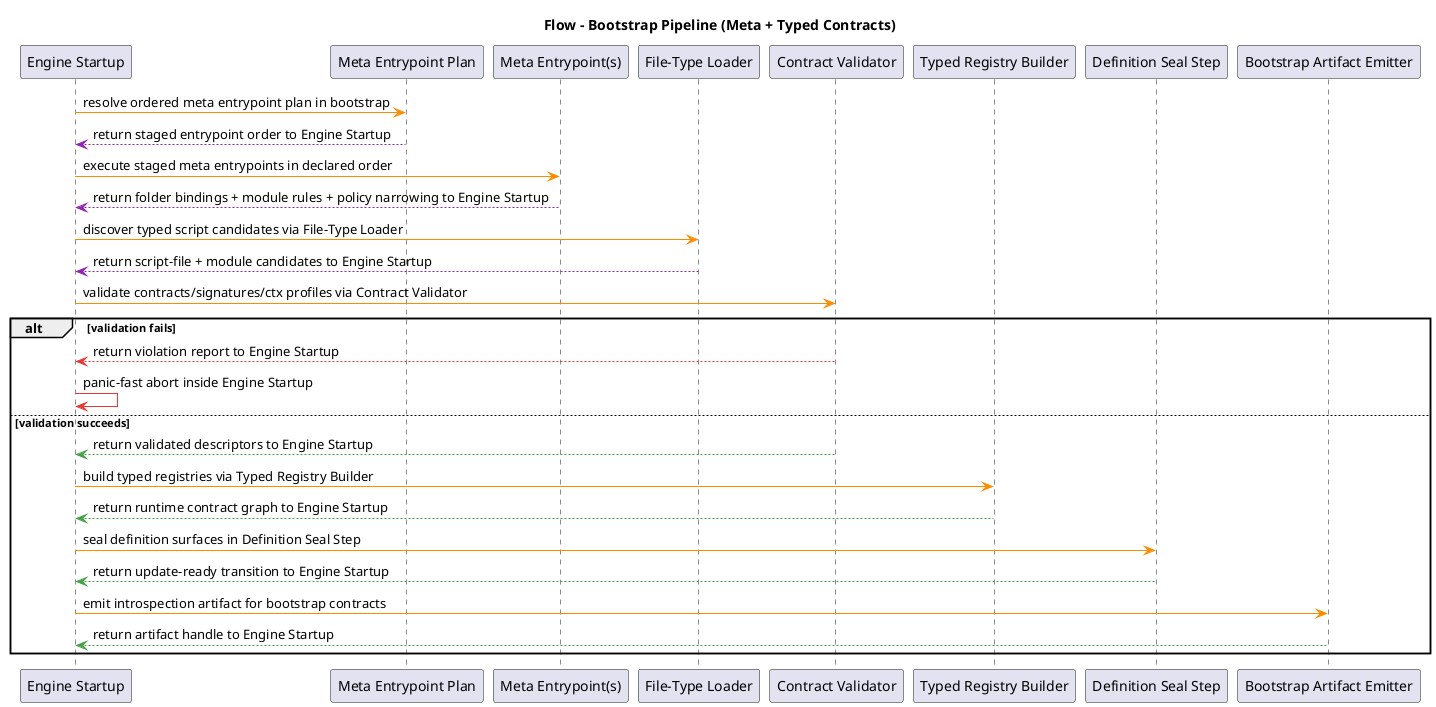
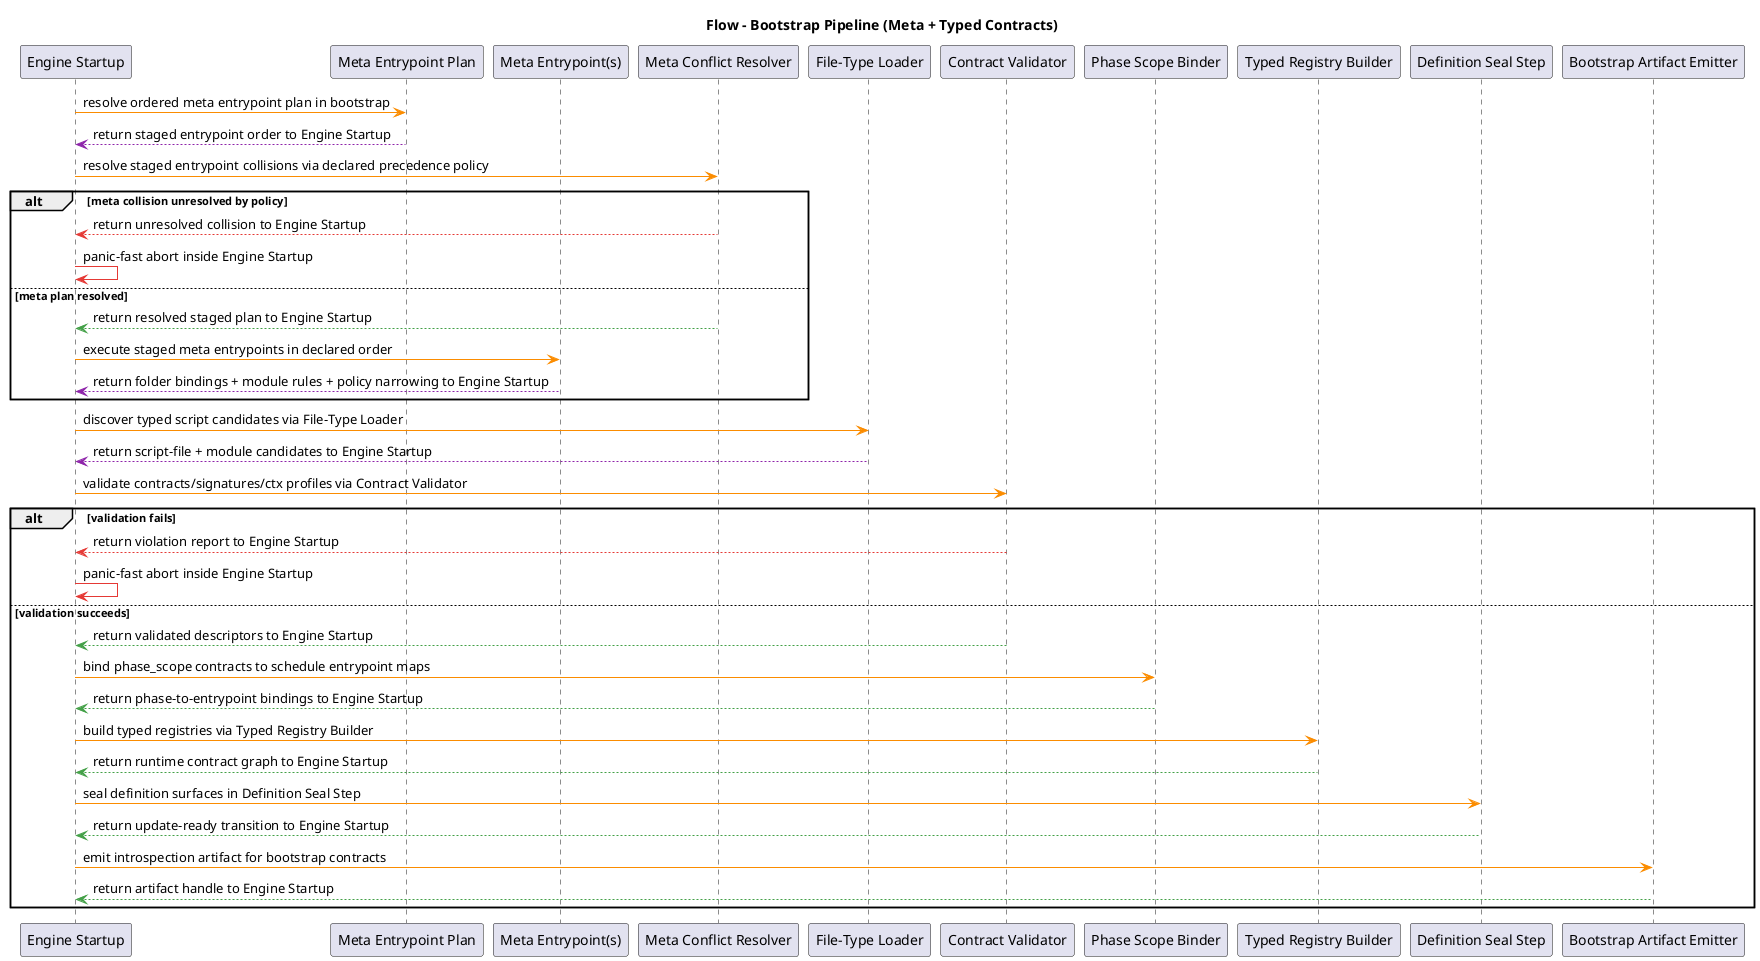
@startuml
title Flow - Bootstrap Pipeline (Meta + Typed Contracts)
participant "Engine Startup" as Engine
participant "Meta Entrypoint Plan" as MetaPlan
participant "Meta Entrypoint(s)" as Meta
+ participant "Meta Conflict Resolver" as MetaConflict
participant "File-Type Loader" as Loader
participant "Contract Validator" as Validator
+ participant "Phase Scope Binder" as PhaseBinder
participant "Typed Registry Builder" as Registry
participant "Definition Seal Step" as Seal
participant "Bootstrap Artifact Emitter" as Artifact

Engine -[#FB8C00]> MetaPlan : resolve ordered meta entrypoint plan in bootstrap
MetaPlan -[#8E24AA]--> Engine : return staged entrypoint order to Engine Startup
- Engine -[#FB8C00]> Meta : execute staged meta entrypoints in declared order
- Meta -[#8E24AA]--> Engine : return folder bindings + module rules + policy narrowing to Engine Startup
+ Engine -[#FB8C00]> MetaConflict : resolve staged entrypoint collisions via declared precedence policy
+ alt meta collision unresolved by policy
+   MetaConflict -[#E53935]--> Engine : return unresolved collision to Engine Startup
+   Engine -[#E53935]> Engine : panic-fast abort inside Engine Startup
+ else meta plan resolved
+   MetaConflict -[#43A047]--> Engine : return resolved staged plan to Engine Startup
+   Engine -[#FB8C00]> Meta : execute staged meta entrypoints in declared order
+   Meta -[#8E24AA]--> Engine : return folder bindings + module rules + policy narrowing to Engine Startup
+ end
Engine -[#FB8C00]> Loader : discover typed script candidates via File-Type Loader
Loader -[#8E24AA]--> Engine : return script-file + module candidates to Engine Startup
Engine -[#FB8C00]> Validator : validate contracts/signatures/ctx profiles via Contract Validator

alt validation fails
  Validator -[#E53935]--> Engine : return violation report to Engine Startup
  Engine -[#E53935]> Engine : panic-fast abort inside Engine Startup
else validation succeeds
  Validator -[#43A047]--> Engine : return validated descriptors to Engine Startup
+   Engine -[#FB8C00]> PhaseBinder : bind phase_scope contracts to schedule entrypoint maps
+   PhaseBinder -[#43A047]--> Engine : return phase-to-entrypoint bindings to Engine Startup
  Engine -[#FB8C00]> Registry : build typed registries via Typed Registry Builder
  Registry -[#43A047]--> Engine : return runtime contract graph to Engine Startup
  Engine -[#FB8C00]> Seal : seal definition surfaces in Definition Seal Step
  Seal -[#43A047]--> Engine : return update-ready transition to Engine Startup
  Engine -[#FB8C00]> Artifact : emit introspection artifact for bootstrap contracts
  Artifact -[#43A047]--> Engine : return artifact handle to Engine Startup
end
@enduml
